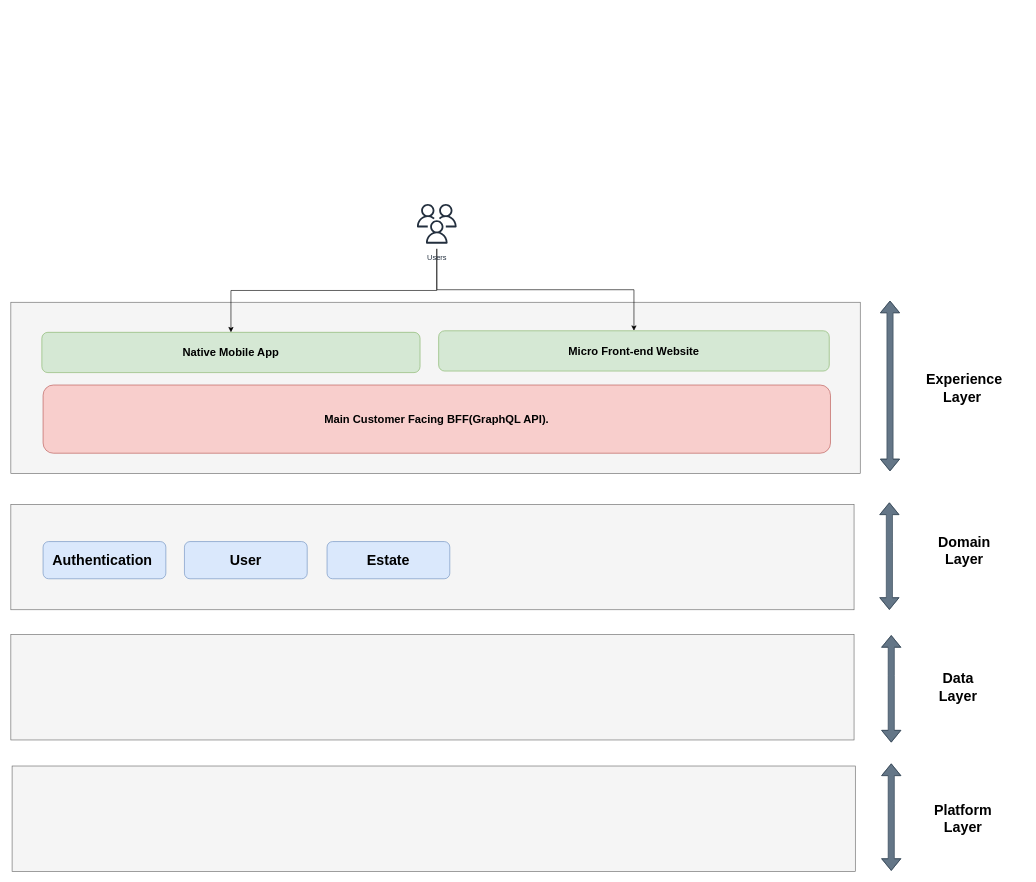
The draw.io diagram docs/diagrams/layers.drawio in michael-codesjs/neumba, before the edit. Source tidied: cells renumbered, new cells numbered last; positions are measured from the earlier drawing's top-left corner, leaving out a move shared by most shapes. Both pictures are drawn from the tidied source at 62%, with x=0, y=0 at pixel (11, 199).
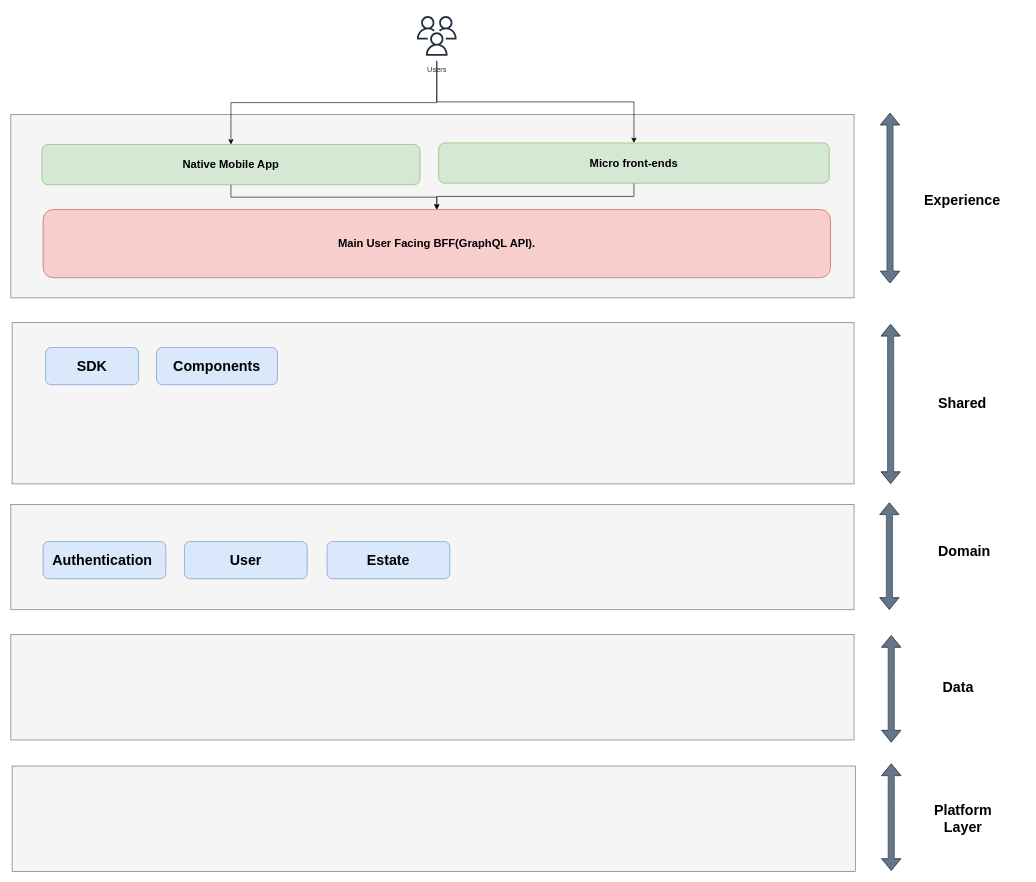
The same page after the edit.

Change to the diagram source:
```diff
@@
     <mxCell id="2" style="rounded=0;whiteSpace=wrap;html=1;fontSize=18;fillColor=#f5f5f5;fontColor=#333333;strokeColor=#666666;" parent="1" vertex="1">
-      <mxGeometry y="166" width="1370" height="276" as="geometry" />
+      <mxGeometry y="-137" width="1360" height="296" as="geometry" />
     </mxCell>
@@
     <mxCell id="5" value="Users" style="sketch=0;outlineConnect=0;fontColor=#232F3E;gradientColor=none;strokeColor=#232F3E;fillColor=#ffffff;dashed=0;verticalLabelPosition=bottom;verticalAlign=top;align=center;html=1;fontSize=12;fontStyle=0;shape=mxgraph.aws4.resourceIcon;resIcon=mxgraph.aws4.users;" parent="1" vertex="1">
-      <mxGeometry x="647" y="-0.5" width="80" height="80" as="geometry" />
+      <mxGeometry x="647" y="-303.5" width="80" height="80" as="geometry" />
     </mxCell>
-    <mxCell id="6" value="&lt;b&gt;&lt;font style=&quot;font-size: 23px;&quot;&gt;Experience Layer&amp;nbsp;&lt;/font&gt;&lt;/b&gt;" style="text;html=1;strokeColor=none;fillColor=none;align=center;verticalAlign=middle;whiteSpace=wrap;rounded=0;" parent="1" vertex="1">
-      <mxGeometry x="1440" y="289.5" width="196" height="30" as="geometry" />
+    <mxCell id="6" value="&lt;b&gt;&lt;font style=&quot;font-size: 23px;&quot;&gt;Experience&amp;nbsp;&lt;/font&gt;&lt;/b&gt;" style="text;html=1;strokeColor=none;fillColor=none;align=center;verticalAlign=middle;whiteSpace=wrap;rounded=0;" parent="1" vertex="1">
+      <mxGeometry x="1440" y="-13.5" width="196" height="30" as="geometry" />
     </mxCell>
     <mxCell id="7" style="shape=flexArrow;endArrow=classic;startArrow=classic;html=1;rounded=0;fontSize=18;fillColor=#647687;strokeColor=#314354;" parent="1" edge="1">
       <mxGeometry relative="1" as="geometry">
-        <mxPoint x="1418" y="438.5" as="sourcePoint" />
-        <mxPoint x="1418" y="163.5" as="targetPoint" />
+        <mxPoint x="1418" y="135.5" as="sourcePoint" />
+        <mxPoint x="1418" y="-139.5" as="targetPoint" />
         <Array as="points">
-          <mxPoint x="1418" y="228.5" />
+          <mxPoint x="1418" y="-74.5" />
         </Array>
       </mxGeometry>
     </mxCell>
+    <mxCell id="23" style="edgeStyle=orthogonalEdgeStyle;rounded=0;jettySize=auto;html=1;" parent="1" edge="1" source="8" target="10">
+      <mxGeometry relative="1" as="geometry" />
+    </mxCell>
     <mxCell id="8" value="&lt;b&gt;Native Mobile App&lt;/b&gt;" style="rounded=1;whiteSpace=wrap;html=1;fontSize=18;fillColor=#d5e8d4;strokeColor=#82b366;" parent="1" vertex="1">
-      <mxGeometry x="50" y="214.5" width="610" height="65" as="geometry" />
+      <mxGeometry x="50" y="-88.5" width="610" height="65" as="geometry" />
     </mxCell>
+    <mxCell id="24" style="edgeStyle=orthogonalEdgeStyle;rounded=0;jettySize=auto;html=1;" parent="1" edge="1" source="9" target="10">
+      <mxGeometry relative="1" as="geometry" />
+    </mxCell>
-    <mxCell id="9" value="&lt;b&gt;Micro Front-end Website&lt;/b&gt;" style="rounded=1;whiteSpace=wrap;html=1;fontSize=18;fillColor=#d5e8d4;strokeColor=#82b366;" parent="1" vertex="1">
-      <mxGeometry x="690" y="212" width="630" height="65" as="geometry" />
+    <mxCell id="9" value="&lt;b&gt;Micro front-ends&lt;/b&gt;" style="rounded=1;whiteSpace=wrap;html=1;fontSize=18;fillColor=#d5e8d4;strokeColor=#82b366;" parent="1" vertex="1">
+      <mxGeometry x="690" y="-91" width="630" height="65" as="geometry" />
     </mxCell>
-    <mxCell id="10" value="&lt;b&gt;Main Customer Facing BFF(GraphQL API).&lt;/b&gt;" style="rounded=1;whiteSpace=wrap;html=1;fontSize=18;fillColor=#f8cecc;strokeColor=#b85450;" parent="1" vertex="1">
-      <mxGeometry x="52" y="299.5" width="1270" height="110" as="geometry" />
+    <mxCell id="10" value="&lt;b&gt;Main User Facing BFF(GraphQL API).&lt;/b&gt;" style="rounded=1;whiteSpace=wrap;html=1;fontSize=18;fillColor=#f8cecc;strokeColor=#b85450;" parent="1" vertex="1">
+      <mxGeometry x="52" y="16.5" width="1270" height="110" as="geometry" />
     </mxCell>
@@
-    <mxCell id="13" value="&lt;b&gt;&lt;font style=&quot;font-size: 23px;&quot;&gt;Domain&lt;br&gt;Layer&lt;/font&gt;&lt;/b&gt;" style="text;html=1;strokeColor=none;fillColor=none;align=center;verticalAlign=middle;whiteSpace=wrap;rounded=0;" parent="1" vertex="1">
+    <mxCell id="13" value="&lt;b&gt;&lt;font style=&quot;font-size: 23px;&quot;&gt;Domain&lt;br&gt;&lt;/font&gt;&lt;/b&gt;" style="text;html=1;strokeColor=none;fillColor=none;align=center;verticalAlign=middle;whiteSpace=wrap;rounded=0;" parent="1" vertex="1">
       <mxGeometry x="1440" y="552" width="196" height="30" as="geometry" />
     </mxCell>
@@
-    <mxCell id="21" value="&lt;b&gt;&lt;font style=&quot;font-size: 23px;&quot;&gt;Data&lt;br&gt;Layer&lt;/font&gt;&lt;/b&gt;" style="text;html=1;strokeColor=none;fillColor=none;align=center;verticalAlign=middle;whiteSpace=wrap;rounded=0;" parent="1" vertex="1">
+    <mxCell id="21" value="&lt;b&gt;&lt;font style=&quot;font-size: 23px;&quot;&gt;Data&lt;br&gt;&lt;/font&gt;&lt;/b&gt;" style="text;html=1;strokeColor=none;fillColor=none;align=center;verticalAlign=middle;whiteSpace=wrap;rounded=0;" parent="1" vertex="1">
       <mxGeometry x="1430" y="757" width="196" height="60" as="geometry" />
     </mxCell>
@@
+    <mxCell id="25" style="rounded=0;whiteSpace=wrap;html=1;fillColor=#f5f5f5;fontColor=#333333;strokeColor=#666666;" parent="1" vertex="1">
+      <mxGeometry x="2" y="199" width="1358" height="260" as="geometry" />
+    </mxCell>
+    <mxCell id="26" style="shape=flexArrow;endArrow=classic;startArrow=classic;html=1;rounded=0;fontSize=18;fillColor=#647687;strokeColor=#314354;" parent="1" edge="1">
+      <mxGeometry relative="1" as="geometry">
+        <mxPoint x="1419" y="459" as="sourcePoint" />
+        <mxPoint x="1419" y="201" as="targetPoint" />
+        <Array as="points">
+          <mxPoint x="1419" y="266" />
+        </Array>
+      </mxGeometry>
+    </mxCell>
+    <mxCell id="27" value="&lt;b&gt;&lt;font style=&quot;font-size: 23px;&quot;&gt;Shared&amp;nbsp;&lt;/font&gt;&lt;/b&gt;" style="text;html=1;strokeColor=none;fillColor=none;align=center;verticalAlign=middle;whiteSpace=wrap;rounded=0;" parent="1" vertex="1">
+      <mxGeometry x="1440" y="314" width="196" height="30" as="geometry" />
+    </mxCell>
+    <mxCell id="28" value="&lt;b&gt;SDK&lt;/b&gt;" style="rounded=1;whiteSpace=wrap;html=1;strokeColor=#6c8ebf;fontFamily=Helvetica;fontSize=23;fontColor=default;fillColor=#dae8fc;" parent="1" vertex="1">
+      <mxGeometry x="56" y="239" width="150" height="60" as="geometry" />
+    </mxCell>
+    <mxCell id="29" value="&lt;b&gt;Components&lt;/b&gt;" style="rounded=1;whiteSpace=wrap;html=1;strokeColor=#6c8ebf;fontFamily=Helvetica;fontSize=23;fontColor=default;fillColor=#dae8fc;" parent="1" vertex="1">
+      <mxGeometry x="235" y="239" width="195" height="60" as="geometry" />
+    </mxCell>
```
